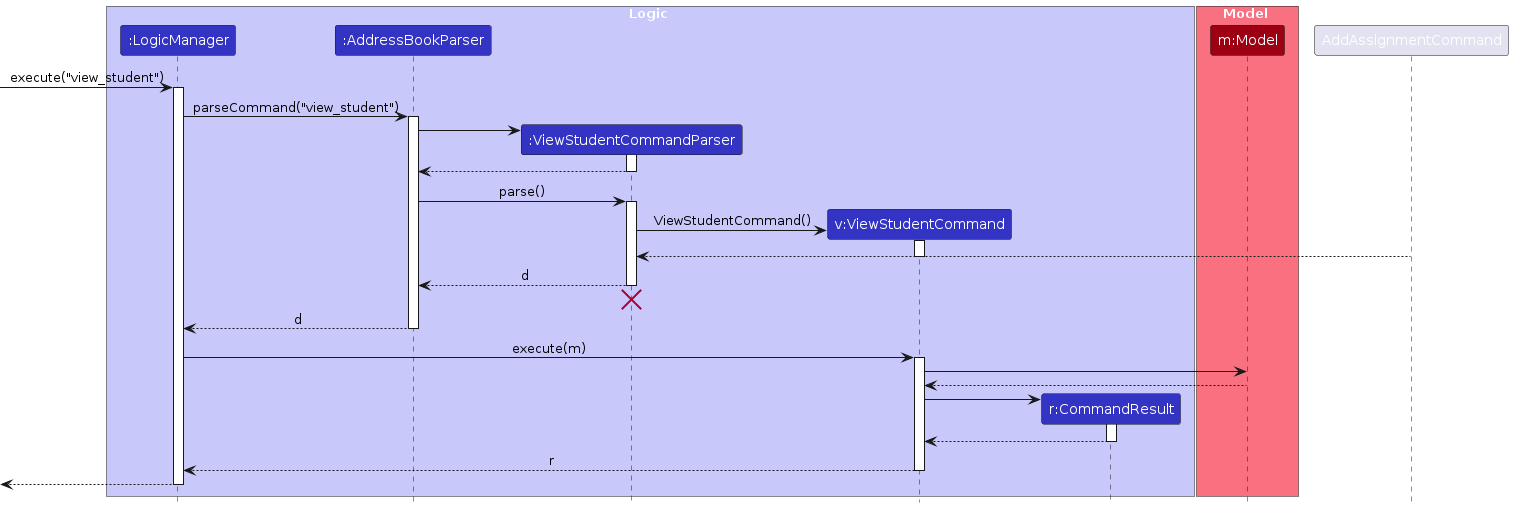
Before: diagrams/ViewStudentSequenceDiagram.png, a diagram exported from PlantUML (AY2425S1-CS2103-F11-1/tp). Its source is kept beside it as diagrams/ViewStudentSequenceDiagram.puml.
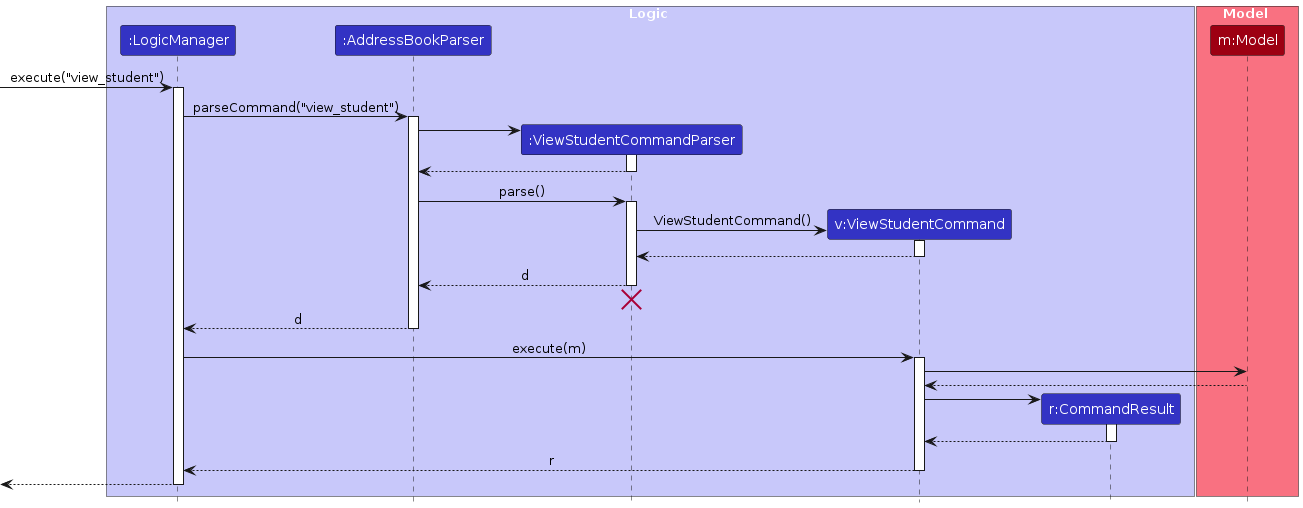
The same diagram one commit later.

What changed in the source:
```diff
@@ -30,12 +30,11 @@
 AddressBookParser -> ViewStudentCommandParser : parse()
 activate ViewStudentCommandParser
 
-
 create ViewStudentCommand
 ViewStudentCommandParser -> ViewStudentCommand : ViewStudentCommand()
 activate ViewStudentCommand
 
-AddAssignmentCommand --> ViewStudentCommandParser :
+ViewStudentCommand --> ViewStudentCommandParser :
 deactivate ViewStudentCommand
 
 ViewStudentCommandParser --> AddressBookParser : d
```
